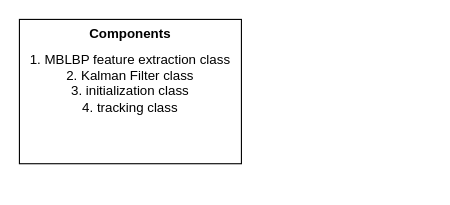
kumar-selvakumaran/MBLBP_Kalman_tracking keeps this draw.io diagram as implementation plan.drawio. Above is the earlier version. Source tidied: cells renumbered, new cells numbered last; positions are measured from the earlier drawing's top-left corner, leaving out a move shared by most shapes. Both pictures are drawn from the tidied source at 111%, with x=0, y=0 at pixel (19, 19).
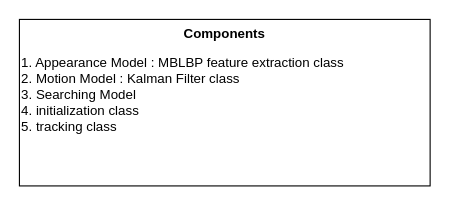
The same diagram, later.

The edit, as a diff of the source:
```diff
@@
 <mxGraphModel>
   <root>
     <mxCell id="0" />
     <mxCell id="1" parent="0" />
-    <mxCell id="2" value="1. MBLBP feature extraction class&lt;div&gt;2. Kalman Filter class&lt;/div&gt;&lt;div&gt;3. initialization class&lt;/div&gt;&lt;div&gt;4. tracking class&lt;/div&gt;&lt;div&gt;&lt;br&gt;&lt;/div&gt;" style="rounded=0;whiteSpace=wrap;html=1;" parent="1" vertex="1">
-      <mxGeometry width="200" height="130" as="geometry" />
+    <mxCell id="2" value="1. Appearance Model : MBLBP feature extraction class&lt;div&gt;2. Motion Model : Kalman Filter class&lt;/div&gt;&lt;div&gt;3. Searching Model&lt;/div&gt;&lt;div&gt;4. initialization class&lt;/div&gt;&lt;div&gt;5. tracking class&lt;/div&gt;&lt;div&gt;&lt;br&gt;&lt;/div&gt;" style="rounded=0;whiteSpace=wrap;html=1;align=left;" parent="1" vertex="1">
+      <mxGeometry width="370" height="150" as="geometry" />
     </mxCell>
     <mxCell id="3" value="&lt;b&gt;Components&lt;/b&gt;&lt;div&gt;&lt;b&gt;&lt;br&gt;&lt;/b&gt;&lt;/div&gt;" style="text;html=1;align=center;verticalAlign=middle;whiteSpace=wrap;rounded=0;" parent="1" vertex="1">
-      <mxGeometry x="70" y="10" width="60" height="20" as="geometry" />
+      <mxGeometry x="155" y="10" width="60" height="20" as="geometry" />
     </mxCell>
   </root>
 </mxGraphModel>
```
